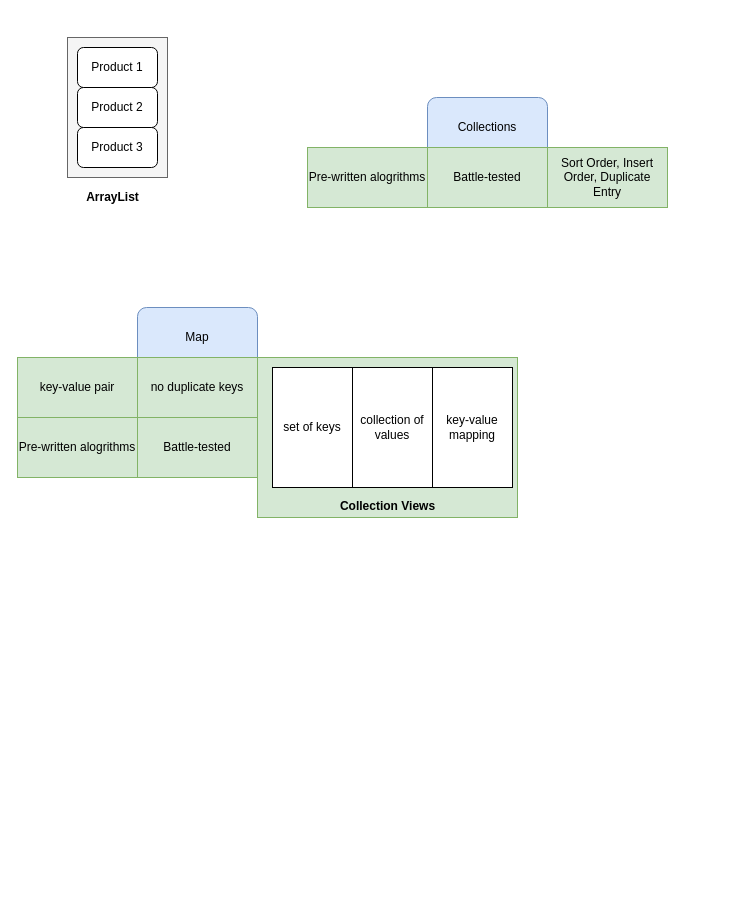
This is page "Collections" (8 of 8) of java/diagrams/java-workflow.drawio from aukokyong/jfs-master, a draw.io file, before an edit. Source tidied: cells renumbered, new cells numbered last; positions are measured from the earlier drawing's top-left corner, leaving out a move shared by most shapes. Both pictures are drawn from the tidied source at 100%, with x=0, y=0 at pixel (17, 37).
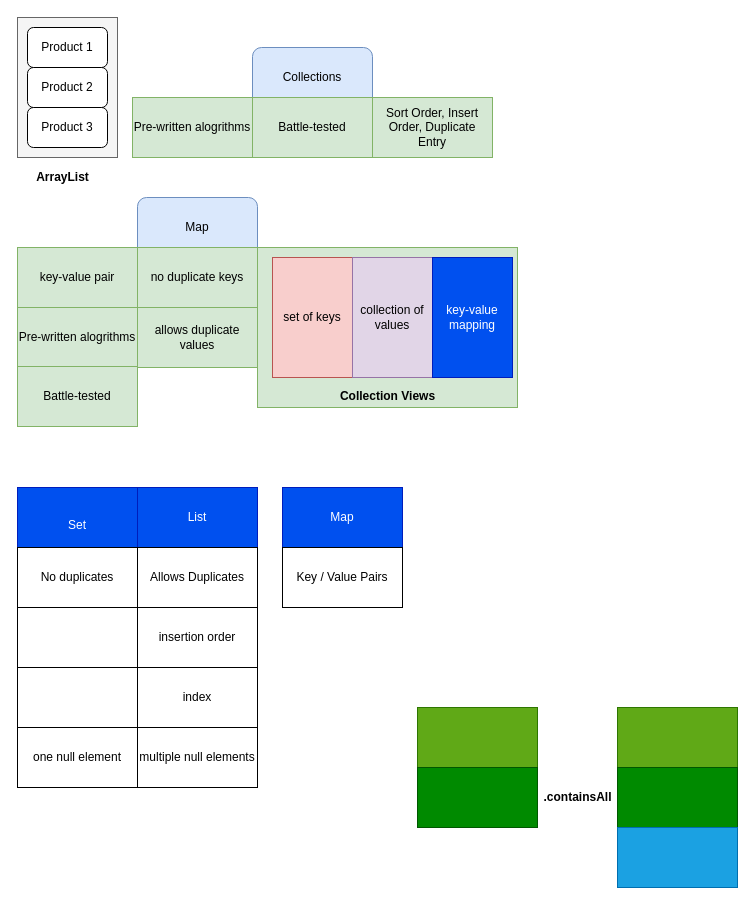
After the change.

What changed in the source:
```diff
@@
     <mxCell id="2" style="rounded=0;whiteSpace=wrap;html=1;align=left;fillColor=#f5f5f5;strokeColor=#666666;fontColor=#333333;" parent="1" vertex="1">
-      <mxGeometry x="50" width="100" height="140" as="geometry" />
+      <mxGeometry y="-20" width="100" height="140" as="geometry" />
     </mxCell>
     <mxCell id="3" value="Product 1" style="rounded=1;whiteSpace=wrap;html=1;align=center;" parent="1" vertex="1">
-      <mxGeometry x="60" y="10" width="80" height="40" as="geometry" />
+      <mxGeometry x="10" y="-10" width="80" height="40" as="geometry" />
     </mxCell>
     <mxCell id="4" value="Product 2" style="rounded=1;whiteSpace=wrap;html=1;align=center;" parent="1" vertex="1">
-      <mxGeometry x="60" y="50" width="80" height="40" as="geometry" />
+      <mxGeometry x="10" y="30" width="80" height="40" as="geometry" />
     </mxCell>
     <mxCell id="5" value="Product 3" style="rounded=1;whiteSpace=wrap;html=1;align=center;" parent="1" vertex="1">
-      <mxGeometry x="60" y="90" width="80" height="40" as="geometry" />
+      <mxGeometry x="10" y="70" width="80" height="40" as="geometry" />
     </mxCell>
     <mxCell id="6" value="ArrayList" style="text;html=1;align=center;verticalAlign=middle;fontStyle=1;" parent="1" vertex="1">
-      <mxGeometry x="60" y="150" width="70" height="20" as="geometry" />
+      <mxGeometry x="10" y="130" width="70" height="20" as="geometry" />
     </mxCell>
     <mxCell id="7" value="Collections" style="rounded=1;whiteSpace=wrap;html=1;align=center;fillColor=#dae8fc;strokeColor=#6c8ebf;" parent="1" vertex="1">
-      <mxGeometry x="410" y="60" width="120" height="60" as="geometry" />
+      <mxGeometry x="235" y="10" width="120" height="60" as="geometry" />
     </mxCell>
     <mxCell id="8" value="Pre-written alogrithms" style="rounded=0;whiteSpace=wrap;html=1;align=center;fillColor=#d5e8d4;strokeColor=#82b366;" parent="1" vertex="1">
-      <mxGeometry x="290" y="110" width="120" height="60" as="geometry" />
+      <mxGeometry x="115" y="60" width="120" height="60" as="geometry" />
     </mxCell>
     <mxCell id="9" value="Battle-tested" style="rounded=0;whiteSpace=wrap;html=1;align=center;fillColor=#d5e8d4;strokeColor=#82b366;" parent="1" vertex="1">
-      <mxGeometry x="410" y="110" width="120" height="60" as="geometry" />
+      <mxGeometry x="235" y="60" width="120" height="60" as="geometry" />
     </mxCell>
     <mxCell id="10" value="Sort Order, Insert Order, Duplicate Entry" style="rounded=0;whiteSpace=wrap;html=1;align=center;fillColor=#d5e8d4;strokeColor=#82b366;" parent="1" vertex="1">
-      <mxGeometry x="530" y="110" width="120" height="60" as="geometry" />
+      <mxGeometry x="355" y="60" width="120" height="60" as="geometry" />
     </mxCell>
     <mxCell id="11" value="Map" style="rounded=1;whiteSpace=wrap;html=1;align=center;fillColor=#dae8fc;strokeColor=#6c8ebf;" parent="1" vertex="1">
-      <mxGeometry x="120" y="270" width="120" height="60" as="geometry" />
+      <mxGeometry x="120" y="160" width="120" height="60" as="geometry" />
     </mxCell>
     <mxCell id="12" value="key-value pair" style="rounded=0;whiteSpace=wrap;html=1;align=center;fillColor=#d5e8d4;strokeColor=#82b366;" parent="1" vertex="1">
-      <mxGeometry y="320" width="120" height="60" as="geometry" />
+      <mxGeometry y="210" width="120" height="60" as="geometry" />
     </mxCell>
     <mxCell id="13" value="no duplicate keys" style="rounded=0;whiteSpace=wrap;html=1;align=center;fillColor=#d5e8d4;strokeColor=#82b366;" parent="1" vertex="1">
-      <mxGeometry x="120" y="320" width="120" height="60" as="geometry" />
+      <mxGeometry x="120" y="210" width="120" height="60" as="geometry" />
     </mxCell>
     <mxCell id="14" style="rounded=0;whiteSpace=wrap;html=1;align=center;fillColor=#d5e8d4;strokeColor=#82b366;" parent="1" vertex="1">
-      <mxGeometry x="240" y="320" width="260" height="160" as="geometry" />
+      <mxGeometry x="240" y="210" width="260" height="160" as="geometry" />
     </mxCell>
-    <mxCell id="15" value="set of keys" style="rounded=0;whiteSpace=wrap;html=1;align=center;" parent="1" vertex="1">
-      <mxGeometry x="255" y="330" width="80" height="120" as="geometry" />
+    <mxCell id="15" value="set of keys" style="rounded=0;whiteSpace=wrap;html=1;align=center;fillColor=#f8cecc;strokeColor=#b85450;" parent="1" vertex="1">
+      <mxGeometry x="255" y="220" width="80" height="120" as="geometry" />
     </mxCell>
-    <mxCell id="16" value="collection of values" style="rounded=0;whiteSpace=wrap;html=1;align=center;" parent="1" vertex="1">
-      <mxGeometry x="335" y="330" width="80" height="120" as="geometry" />
+    <mxCell id="16" value="collection of values" style="rounded=0;whiteSpace=wrap;html=1;align=center;fillColor=#e1d5e7;strokeColor=#9673a6;" parent="1" vertex="1">
+      <mxGeometry x="335" y="220" width="80" height="120" as="geometry" />
     </mxCell>
-    <mxCell id="17" value="key-value mapping" style="rounded=0;whiteSpace=wrap;html=1;align=center;" parent="1" vertex="1">
-      <mxGeometry x="415" y="330" width="80" height="120" as="geometry" />
+    <mxCell id="17" value="key-value mapping" style="rounded=0;whiteSpace=wrap;html=1;align=center;fillColor=#0050ef;strokeColor=#001DBC;fontColor=#ffffff;" parent="1" vertex="1">
+      <mxGeometry x="415" y="220" width="80" height="120" as="geometry" />
     </mxCell>
     <mxCell id="18" value="Collection Views" style="text;html=1;align=center;verticalAlign=middle;fontStyle=1;" parent="1" vertex="1">
-      <mxGeometry x="315" y="459" width="110" height="20" as="geometry" />
+      <mxGeometry x="315" y="349" width="110" height="20" as="geometry" />
     </mxCell>
     <mxCell id="19" value="Pre-written alogrithms" style="rounded=0;whiteSpace=wrap;html=1;align=center;fillColor=#d5e8d4;strokeColor=#82b366;" parent="1" vertex="1">
-      <mxGeometry y="380" width="120" height="60" as="geometry" />
+      <mxGeometry y="270" width="120" height="60" as="geometry" />
     </mxCell>
     <mxCell id="20" value="Battle-tested" style="rounded=0;whiteSpace=wrap;html=1;align=center;fillColor=#d5e8d4;strokeColor=#82b366;" parent="1" vertex="1">
-      <mxGeometry x="120" y="380" width="120" height="60" as="geometry" />
+      <mxGeometry y="329" width="120" height="60" as="geometry" />
     </mxCell>
+    <mxCell id="21" value="&lt;br&gt;Set" style="rounded=0;whiteSpace=wrap;html=1;fillColor=#0050ef;strokeColor=#001DBC;fontColor=#ffffff;" parent="1" vertex="1">
+      <mxGeometry y="450" width="120" height="60" as="geometry" />
+    </mxCell>
+    <mxCell id="22" value="List" style="rounded=0;whiteSpace=wrap;html=1;fillColor=#0050ef;strokeColor=#001DBC;fontColor=#ffffff;" parent="1" vertex="1">
+      <mxGeometry x="120" y="450" width="120" height="60" as="geometry" />
+    </mxCell>
+    <mxCell id="23" value="Map" style="rounded=0;whiteSpace=wrap;html=1;fillColor=#0050ef;strokeColor=#001DBC;fontColor=#ffffff;" parent="1" vertex="1">
+      <mxGeometry x="265" y="450" width="120" height="60" as="geometry" />
+    </mxCell>
+    <mxCell id="24" value="No duplicates" style="rounded=0;whiteSpace=wrap;html=1;" parent="1" vertex="1">
+      <mxGeometry y="510" width="120" height="60" as="geometry" />
+    </mxCell>
+    <mxCell id="25" value="Allows Duplicates" style="rounded=0;whiteSpace=wrap;html=1;" parent="1" vertex="1">
+      <mxGeometry x="120" y="510" width="120" height="60" as="geometry" />
+    </mxCell>
+    <mxCell id="26" value="allows duplicate values" style="rounded=0;whiteSpace=wrap;html=1;align=center;fillColor=#d5e8d4;strokeColor=#82b366;" parent="1" vertex="1">
+      <mxGeometry x="120" y="270" width="120" height="60" as="geometry" />
+    </mxCell>
+    <mxCell id="27" value="Key / Value Pairs" style="rounded=0;whiteSpace=wrap;html=1;" parent="1" vertex="1">
+      <mxGeometry x="265" y="510" width="120" height="60" as="geometry" />
+    </mxCell>
+    <mxCell id="28" value="insertion order" style="rounded=0;whiteSpace=wrap;html=1;" parent="1" vertex="1">
+      <mxGeometry x="120" y="570" width="120" height="60" as="geometry" />
+    </mxCell>
+    <mxCell id="29" value="index" style="rounded=0;whiteSpace=wrap;html=1;" parent="1" vertex="1">
+      <mxGeometry x="120" y="630" width="120" height="60" as="geometry" />
+    </mxCell>
+    <mxCell id="30" value="multiple null elements" style="rounded=0;whiteSpace=wrap;html=1;" parent="1" vertex="1">
+      <mxGeometry x="120" y="690" width="120" height="60" as="geometry" />
+    </mxCell>
+    <mxCell id="31" style="rounded=0;whiteSpace=wrap;html=1;" parent="1" vertex="1">
+      <mxGeometry y="570" width="120" height="60" as="geometry" />
+    </mxCell>
+    <mxCell id="32" value="one null element" style="rounded=0;whiteSpace=wrap;html=1;" parent="1" vertex="1">
+      <mxGeometry y="690" width="120" height="60" as="geometry" />
+    </mxCell>
+    <mxCell id="33" style="rounded=0;whiteSpace=wrap;html=1;" parent="1" vertex="1">
+      <mxGeometry y="630" width="120" height="60" as="geometry" />
+    </mxCell>
+    <mxCell id="34" style="rounded=0;whiteSpace=wrap;html=1;fillColor=#60a917;strokeColor=#2D7600;fontColor=#ffffff;" parent="1" vertex="1">
+      <mxGeometry x="400" y="670" width="120" height="60" as="geometry" />
+    </mxCell>
+    <mxCell id="35" style="rounded=0;whiteSpace=wrap;html=1;fillColor=#008a00;strokeColor=#005700;fontColor=#ffffff;" parent="1" vertex="1">
+      <mxGeometry x="400" y="730" width="120" height="60" as="geometry" />
+    </mxCell>
+    <mxCell id="36" value=".containsAll" style="text;html=1;align=center;verticalAlign=middle;fontStyle=1;" parent="1" vertex="1">
+      <mxGeometry x="520" y="750" width="80" height="20" as="geometry" />
+    </mxCell>
+    <mxCell id="37" style="rounded=0;whiteSpace=wrap;html=1;fillColor=#60a917;strokeColor=#2D7600;fontColor=#ffffff;" parent="1" vertex="1">
+      <mxGeometry x="600" y="670" width="120" height="60" as="geometry" />
+    </mxCell>
+    <mxCell id="38" style="rounded=0;whiteSpace=wrap;html=1;fillColor=#008a00;strokeColor=#005700;fontColor=#ffffff;" parent="1" vertex="1">
+      <mxGeometry x="600" y="730" width="120" height="60" as="geometry" />
+    </mxCell>
+    <mxCell id="39" style="rounded=0;whiteSpace=wrap;html=1;fillColor=#1ba1e2;strokeColor=#006EAF;fontColor=#ffffff;" parent="1" vertex="1">
+      <mxGeometry x="600" y="790" width="120" height="60" as="geometry" />
+    </mxCell>
```
